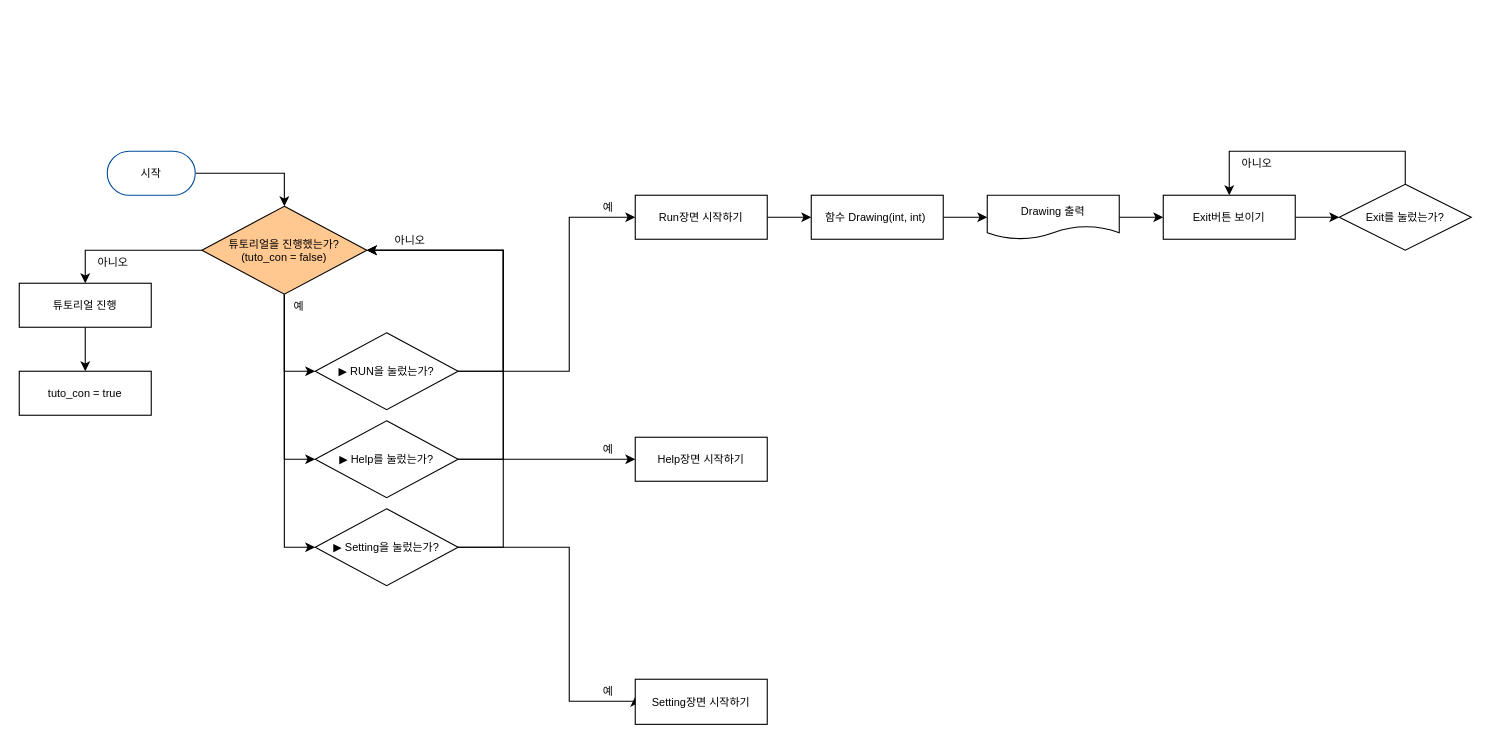
This is AngleFunction_Circle.drawio from Applepie072/Draw.io, a draw.io file, before an edit. Source tidied: cells renumbered, new cells numbered last; positions are measured from the earlier drawing's top-left corner, leaving out a move shared by most shapes. Both pictures are drawn from the tidied source at 110%, with x=0, y=0 at pixel (19, 151).
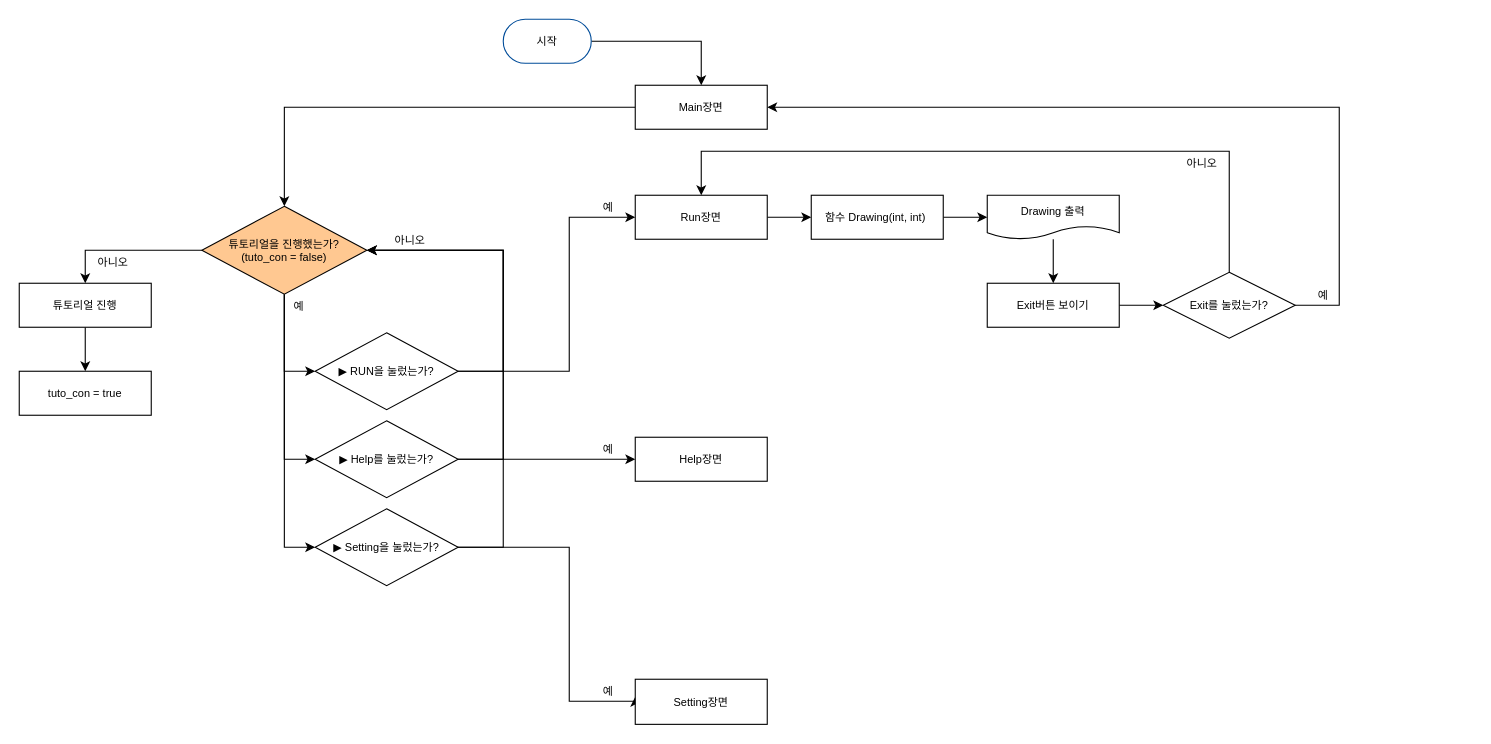
The same diagram, later.

Unchanged cells that the change refers to:
```xml
<mxCell id="10" value="&lt;font style=&quot;font-size: 10px; line-height: 1.2;&quot;&gt;튜토리얼을 진행했는가?&lt;br style=&quot;font-size: 10px;&quot;&gt;(tuto_con = false)&lt;br style=&quot;font-size: 10px;&quot;&gt;&lt;/font&gt;" style="rhombus;whiteSpace=wrap;html=1;fontSize=10;fillColor=#FFC891;strokeColor=#030200;" parent="1" vertex="1">
  <mxGeometry x="166" y="50" width="150" height="80" as="geometry" />
</mxCell>
```

What changed in the source:
```diff
@@
-    <mxCell id="2" style="edgeStyle=orthogonalEdgeStyle;rounded=0;jettySize=auto;html=1;fontFamily=Tahoma;fontSize=10;" parent="1" edge="1" source="3" target="10">
-      <mxGeometry relative="1" as="geometry" />
-    </mxCell>
+    <mxCell id="40" style="edgeStyle=orthogonalEdgeStyle;rounded=0;jettySize=auto;html=1;fontSize=10;" parent="1" edge="1" source="3" target="44">
+      <mxGeometry relative="1" as="geometry" />
+    </mxCell>
     <mxCell id="3" value="&lt;font style=&quot;font-size: 10px;&quot;&gt;시작&lt;/font&gt;" style="rounded=1;whiteSpace=wrap;html=1;arcSize=50;fontSize=10;strokeColor=#004C99;" parent="1" vertex="1">
-      <mxGeometry x="80" width="80" height="40" as="geometry" />
+      <mxGeometry x="440" y="-120" width="80" height="40" as="geometry" />
     </mxCell>
@@
-    <mxCell id="25" value="&lt;font style=&quot;font-size: 10px;&quot;&gt;Run장면 시작하기&lt;/font&gt;" style="whiteSpace=wrap;html=1;fontSize=10;" parent="1" vertex="1">
+    <mxCell id="25" value="&lt;font style=&quot;font-size: 10px;&quot;&gt;Run장면&lt;/font&gt;" style="whiteSpace=wrap;html=1;fontSize=10;" parent="1" vertex="1">
       <mxGeometry x="560" y="40" width="120" height="40" as="geometry" />
     </mxCell>
-    <mxCell id="26" value="Help장면 시작하기" style="whiteSpace=wrap;html=1;fontSize=10;" parent="1" vertex="1">
+    <mxCell id="26" value="Help장면" style="whiteSpace=wrap;html=1;fontSize=10;" parent="1" vertex="1">
       <mxGeometry x="560" y="260" width="120" height="40" as="geometry" />
     </mxCell>
-    <mxCell id="27" value="Setting장면 시작하기" style="whiteSpace=wrap;html=1;fontSize=10;" parent="1" vertex="1">
+    <mxCell id="27" value="Setting장면" style="whiteSpace=wrap;html=1;fontSize=10;" parent="1" vertex="1">
       <mxGeometry x="560" y="480" width="120" height="41" as="geometry" />
     </mxCell>
@@
-    <mxCell id="35" style="edgeStyle=orthogonalEdgeStyle;rounded=0;jettySize=auto;html=1;entryX=0.5;entryY=0;entryDx=0;entryDy=0;fontSize=10;" parent="1" edge="1" source="36" target="38">
-      <mxGeometry relative="1" as="geometry">
-        <Array as="points">
-          <mxPoint x="1260" />
-          <mxPoint x="1100" />
-        </Array>
-      </mxGeometry>
-    </mxCell>
+    <mxCell id="41" style="edgeStyle=orthogonalEdgeStyle;rounded=0;jettySize=auto;html=1;entryX=1;entryY=0.5;entryDx=0;entryDy=0;fontSize=10;" parent="1" edge="1" source="36" target="44">
+      <mxGeometry relative="1" as="geometry">
+        <Array as="points">
+          <mxPoint x="1200" y="140" />
+          <mxPoint x="1200" y="-40" />
+        </Array>
+      </mxGeometry>
+    </mxCell>
+    <mxCell id="42" style="edgeStyle=orthogonalEdgeStyle;rounded=0;jettySize=auto;html=1;entryX=0.5;entryY=0;entryDx=0;entryDy=0;fontSize=10;" parent="1" edge="1" source="36" target="25">
+      <mxGeometry relative="1" as="geometry">
+        <Array as="points">
+          <mxPoint x="1100" />
+          <mxPoint x="620" />
+        </Array>
+      </mxGeometry>
+    </mxCell>
     <mxCell id="36" value="&lt;font style=&quot;font-size: 10px;&quot;&gt;Exit를 눌렀는가?&lt;/font&gt;" style="rhombus;whiteSpace=wrap;html=1;" parent="1" vertex="1">
-      <mxGeometry x="1200" y="30" width="120" height="60" as="geometry" />
+      <mxGeometry x="1040" y="110" width="120" height="60" as="geometry" />
     </mxCell>
@@
     <mxCell id="38" value="&lt;font style=&quot;font-size: 10px;&quot;&gt;Exit버튼 보이기&lt;/font&gt;" style="whiteSpace=wrap;html=1;" parent="1" vertex="1">
-      <mxGeometry x="1040" y="40" width="120" height="40" as="geometry" />
+      <mxGeometry x="880" y="120" width="120" height="40" as="geometry" />
     </mxCell>
     <mxCell id="39" value="아니오" style="text;html=1;align=center;verticalAlign=middle;strokeColor=none;fillColor=none;fontSize=10;fontFamily=Tahoma;" parent="1" vertex="1">
-      <mxGeometry x="1100" width="50" height="20" as="geometry" />
+      <mxGeometry x="1050" width="50" height="20" as="geometry" />
     </mxCell>
+    <mxCell id="43" style="edgeStyle=orthogonalEdgeStyle;rounded=0;jettySize=auto;html=1;fontSize=10;" parent="1" edge="1" source="44" target="10">
+      <mxGeometry relative="1" as="geometry" />
+    </mxCell>
+    <mxCell id="44" value="Main장면" style="rounded=0;whiteSpace=wrap;html=1;fontSize=10;" parent="1" vertex="1">
+      <mxGeometry x="560" y="-60" width="120" height="40" as="geometry" />
+    </mxCell>
+    <mxCell id="45" value="예" style="text;html=1;align=center;verticalAlign=middle;strokeColor=none;fillColor=none;fontSize=10;fontFamily=Tahoma;" parent="1" vertex="1">
+      <mxGeometry x="1170" y="120" width="30" height="20" as="geometry" />
+    </mxCell>
```
